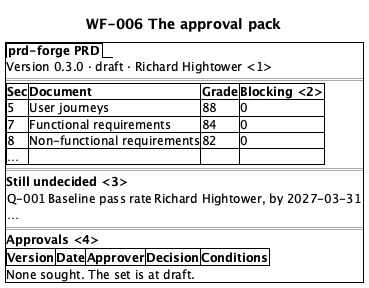
Earlier version of the PlantUML export docs/prd/prd-forge/diagrams/WF-006.png (SpillwaveSolutions/prd-forge). The source it was exported from:
```plantuml
@startsalt
title WF-006 The approval pack
{+
  {/ <b>prd-forge PRD</b> }
  Version 0.3.0 · draft · Richard Hightower <1>
  ==
  {#
    <b>Sec | <b>Document | <b>Grade | <b>Blocking <2>
    5 | User journeys | 88 | 0
    7 | Functional requirements | 84 | 0
    8 | Non-functional requirements | 82 | 0
    … | . | . | .
  }
  ==
  <b>Still undecided <3>
  {
    Q-001 | Baseline pass rate | Richard Hightower, by 2027-03-31
    … | . | .
  }
  ==
  <b>Approvals <4>
  {#
    <b>Version | <b>Date | <b>Approver | <b>Decision | <b>Conditions
  }
  None sought. The set is at draft.
}
@endsalt
```
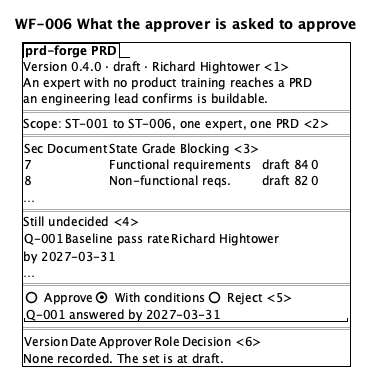
The same file after the commit.

What changed in the source:
```diff
@@ -1,27 +1,33 @@
 @startsalt
-title WF-006 The approval pack
+title WF-006 What the approver is asked to approve
 {+
   {/ <b>prd-forge PRD</b> }
-  Version 0.3.0 · draft · Richard Hightower <1>
+  Version 0.4.0 · draft · Richard Hightower <1>
+  An expert with no product training reaches a PRD
+  an engineering lead confirms is buildable.
   ==
-  {#
-    <b>Sec | <b>Document | <b>Grade | <b>Blocking <2>
-    5 | User journeys | 88 | 0
-    7 | Functional requirements | 84 | 0
-    8 | Non-functional requirements | 82 | 0
-    … | . | . | .
+  Scope: ST-001 to ST-006, one expert, one PRD <2>
+  ==
+  {
+    Sec Document | State Grade Blocking <3>
+    7 | Functional requirements | draft 84 | 0
+    8 | Non-functional reqs. | draft 82 | 0
   }
+  …
   ==
-  <b>Still undecided <3>
+  Still undecided <4>
   {
-    Q-001 | Baseline pass rate | Richard Hightower, by 2027-03-31
-    … | . | .
+    Q-001 | Baseline pass rate | Richard Hightower
   }
+  by 2027-03-31
+  …
   ==
-  <b>Approvals <4>
-  {#
-    <b>Version | <b>Date | <b>Approver | <b>Decision | <b>Conditions
+  { () Approve | (X) With conditions | () Reject <5> }
+  "Q-001 answered by 2027-03-31            "
+  ==
+  {
+    Version | Date | Approver | Role | Decision <6>
   }
-  None sought. The set is at draft.
+  None recorded. The set is at draft.
 }
 @endsalt
```
